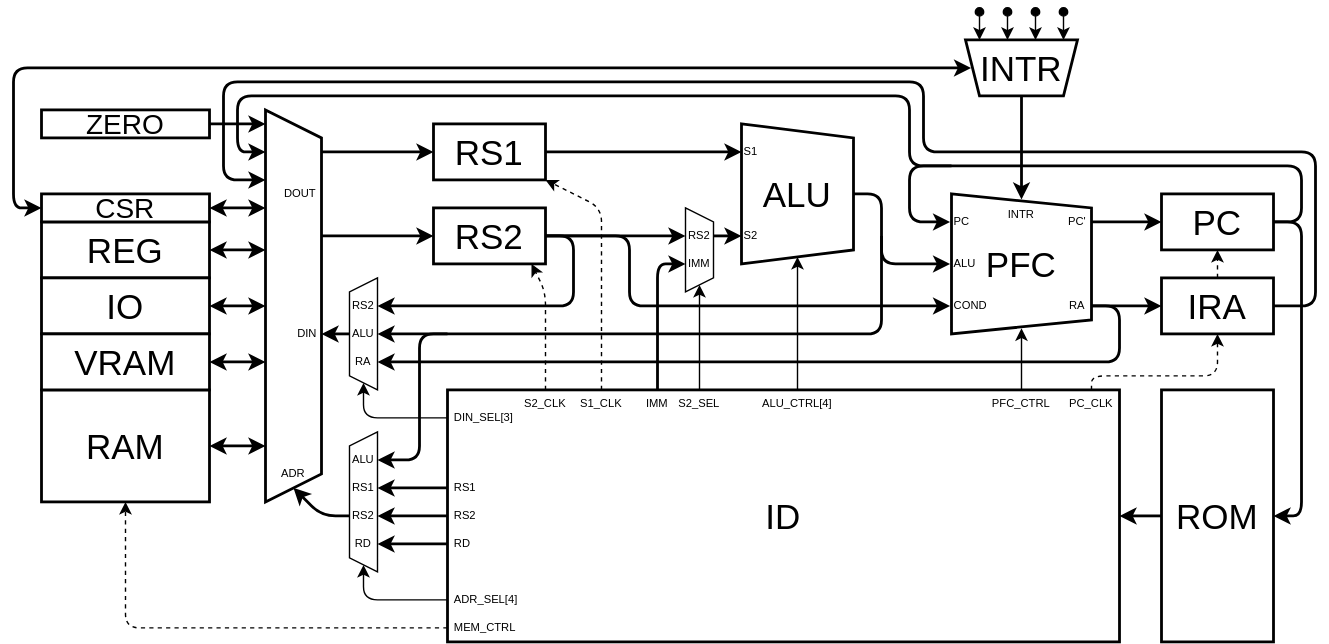
This is Lab/Computer/RK16/01_Architecture/img/arch.dio.svg from amane-uehara/kanade-k-1228.github.io, a draw.io export, as it was before one commit. Source tidied: cells renumbered, new cells last; positions are measured from the earlier drawing's top-left corner, leaving out a move shared by most shapes.
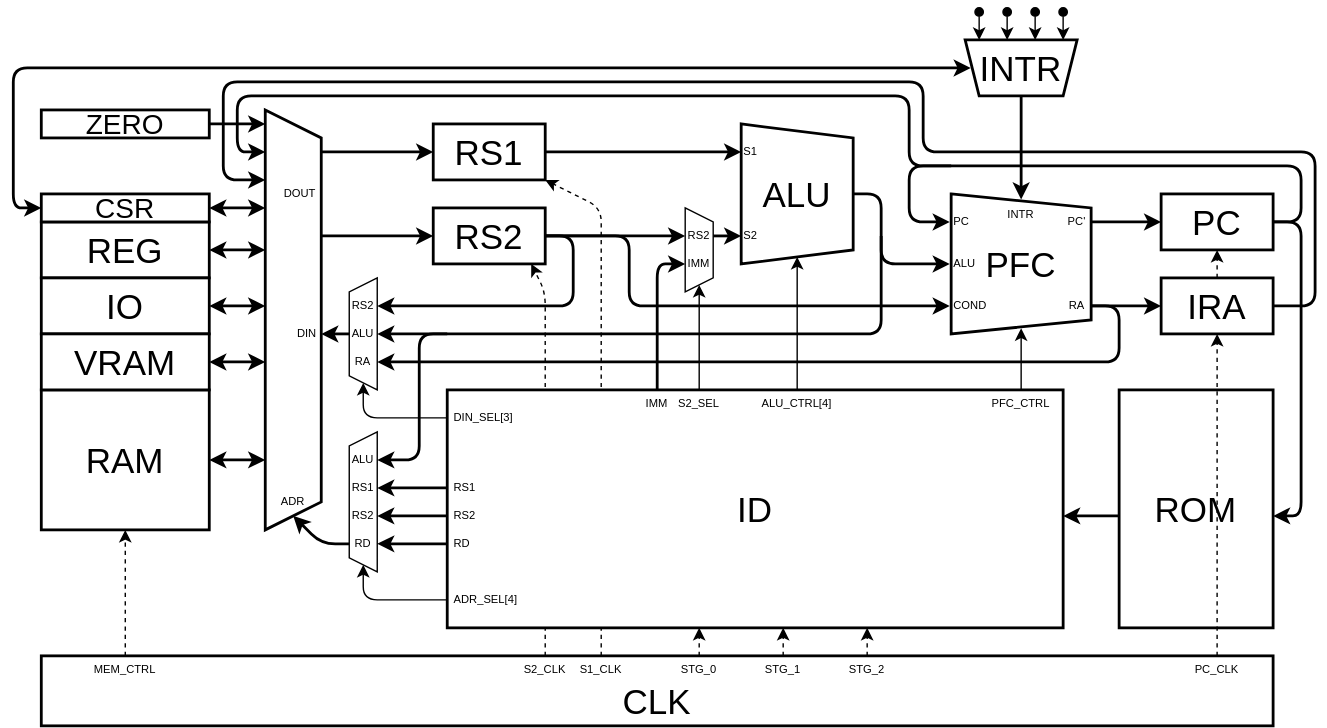
After the change.

The edit, as a diff of the source:
```diff
@@ -2,6 +2,27 @@
   <root>
     <mxCell id="0" />
     <mxCell id="1" parent="0" />
+    <mxCell id="37" style="endArrow=classic;html=1;fontSize=25;startArrow=none;startFill=0;dashed=1;" parent="1" edge="1">
+      <mxGeometry relative="1" as="geometry">
+        <mxPoint x="380" y="460" as="sourcePoint" />
+        <mxPoint x="370" y="180" as="targetPoint" />
+        <Array as="points">
+          <mxPoint x="380" y="200" />
+        </Array>
+      </mxGeometry>
+    </mxCell>
+    <mxCell id="39" style="endArrow=classic;html=1;fontSize=25;startArrow=none;startFill=0;dashed=1;" parent="1" edge="1">
+      <mxGeometry relative="1" as="geometry">
+        <mxPoint x="420" y="460" as="sourcePoint" />
+        <mxPoint x="380" y="120" as="targetPoint" />
+        <Array as="points">
+          <mxPoint x="420" y="140" />
+        </Array>
+      </mxGeometry>
+    </mxCell>
+    <mxCell id="100" value="CLK" style="rounded=0;whiteSpace=wrap;html=1;fontSize=25;strokeWidth=2;verticalAlign=bottom;" parent="1" vertex="1">
+      <mxGeometry x="20" y="460" width="880" height="50" as="geometry" />
+    </mxCell>
     <mxCell id="2" value="PC" style="rounded=0;whiteSpace=wrap;html=1;fontSize=25;strokeWidth=2;" parent="1" vertex="1">
       <mxGeometry x="820" y="130" width="80" height="40" as="geometry" />
     </mxCell>
@@ -9,13 +30,13 @@
       <mxGeometry x="240" y="300" width="20" height="100" as="geometry" />
     </mxCell>
     <mxCell id="4" value="ROM" style="rounded=0;whiteSpace=wrap;html=1;fontSize=25;strokeWidth=2;" parent="1" vertex="1">
-      <mxGeometry x="820" y="270" width="80" height="180" as="geometry" />
+      <mxGeometry x="790" y="270" width="110" height="170" as="geometry" />
     </mxCell>
     <mxCell id="5" value="RAM" style="rounded=0;whiteSpace=wrap;html=1;fontSize=25;strokeWidth=2;" parent="1" vertex="1">
-      <mxGeometry x="20" y="270" width="120" height="80" as="geometry" />
+      <mxGeometry x="20" y="270" width="120" height="100" as="geometry" />
     </mxCell>
     <mxCell id="6" value="ID" style="rounded=0;whiteSpace=wrap;html=1;fontSize=25;strokeWidth=2;" parent="1" vertex="1">
-      <mxGeometry x="310" y="270" width="480" height="180" as="geometry" />
+      <mxGeometry x="310" y="270" width="440" height="170" as="geometry" />
     </mxCell>
     <mxCell id="7" value="REG" style="rounded=0;whiteSpace=wrap;html=1;fontSize=25;strokeWidth=2;" parent="1" vertex="1">
       <mxGeometry x="20" y="150" width="120" height="40" as="geometry" />
@@ -40,17 +61,17 @@
     </mxCell>
     <mxCell id="12" style="endArrow=classic;html=1;fontSize=25;strokeWidth=2;" parent="1" edge="1">
       <mxGeometry relative="1" as="geometry">
-        <mxPoint x="240" y="360" as="sourcePoint" />
-        <mxPoint x="200" y="340" as="targetPoint" />
+        <mxPoint x="240" y="380" as="sourcePoint" />
+        <mxPoint x="200" y="360" as="targetPoint" />
         <Array as="points">
-          <mxPoint x="220" y="360" />
+          <mxPoint x="220" y="380" />
         </Array>
       </mxGeometry>
     </mxCell>
     <mxCell id="13" style="endArrow=classic;html=1;fontSize=25;strokeWidth=2;" parent="1" edge="1">
       <mxGeometry relative="1" as="geometry">
-        <mxPoint x="820" y="360" as="sourcePoint" />
-        <mxPoint x="790" y="360" as="targetPoint" />
+        <mxPoint x="790" y="360" as="sourcePoint" />
+        <mxPoint x="750" y="360" as="targetPoint" />
       </mxGeometry>
     </mxCell>
     <mxCell id="14" style="endArrow=classic;html=1;fontSize=25;strokeWidth=2;" parent="1" edge="1">
@@ -178,7 +199,7 @@
       <mxGeometry x="20" y="190" width="120" height="40" as="geometry" />
     </mxCell>
     <mxCell id="34" style="shape=trapezoid;perimeter=trapezoidPerimeter;whiteSpace=wrap;html=1;fixedSize=1;fontSize=12;direction=south;strokeWidth=2;size=20.000000000000014;" parent="1" vertex="1">
-      <mxGeometry x="180" y="70" width="40" height="280" as="geometry" />
+      <mxGeometry x="180" y="70" width="40" height="300" as="geometry" />
     </mxCell>
     <mxCell id="35" value="RS2" style="text;html=1;strokeColor=none;fillColor=none;align=center;verticalAlign=middle;whiteSpace=wrap;rounded=0;rotation=0;fontSize=8;" parent="1" vertex="1">
       <mxGeometry x="480" y="150" width="20" height="20" as="geometry" />
@@ -186,35 +207,17 @@
     <mxCell id="36" value="IMM" style="text;html=1;strokeColor=none;fillColor=none;align=center;verticalAlign=middle;whiteSpace=wrap;rounded=0;rotation=0;fontSize=8;" parent="1" vertex="1">
       <mxGeometry x="480" y="170" width="20" height="20" as="geometry" />
     </mxCell>
-    <mxCell id="37" style="endArrow=classic;html=1;fontSize=25;startArrow=none;startFill=0;dashed=1;" parent="1" edge="1">
-      <mxGeometry relative="1" as="geometry">
-        <mxPoint x="380" y="270" as="sourcePoint" />
-        <mxPoint x="370" y="180" as="targetPoint" />
-        <Array as="points">
-          <mxPoint x="380" y="200" />
-        </Array>
-      </mxGeometry>
-    </mxCell>
     <mxCell id="38" style="endArrow=classic;html=1;fontSize=25;startArrow=none;startFill=0;" parent="1" edge="1">
       <mxGeometry relative="1" as="geometry">
         <mxPoint x="490" y="270" as="sourcePoint" />
         <mxPoint x="490" y="195" as="targetPoint" />
       </mxGeometry>
     </mxCell>
-    <mxCell id="39" style="endArrow=classic;html=1;fontSize=25;startArrow=none;startFill=0;dashed=1;" parent="1" edge="1">
-      <mxGeometry relative="1" as="geometry">
-        <mxPoint x="420" y="270" as="sourcePoint" />
-        <mxPoint x="380" y="120" as="targetPoint" />
-        <Array as="points">
-          <mxPoint x="420" y="140" />
-        </Array>
-      </mxGeometry>
-    </mxCell>
     <mxCell id="40" value="S2_CLK" style="text;html=1;strokeColor=none;fillColor=none;align=center;verticalAlign=middle;whiteSpace=wrap;rounded=0;rotation=0;fontSize=8;" parent="1" vertex="1">
-      <mxGeometry x="360" y="270" width="40" height="20" as="geometry" />
+      <mxGeometry x="360" y="460" width="40" height="20" as="geometry" />
     </mxCell>
     <mxCell id="41" value="S1_CLK" style="text;html=1;strokeColor=none;fillColor=none;align=center;verticalAlign=middle;whiteSpace=wrap;rounded=0;rotation=0;fontSize=8;" parent="1" vertex="1">
-      <mxGeometry x="400" y="270" width="40" height="20" as="geometry" />
+      <mxGeometry x="400" y="460" width="40" height="20" as="geometry" />
     </mxCell>
     <mxCell id="42" style="endArrow=classic;html=1;fontSize=25;startArrow=none;startFill=0;" parent="1" edge="1">
       <mxGeometry relative="1" as="geometry">
@@ -230,16 +233,12 @@
     </mxCell>
     <mxCell id="45" style="endArrow=classic;html=1;fontSize=25;startArrow=none;startFill=0;dashed=1;" parent="1" edge="1">
       <mxGeometry relative="1" as="geometry">
-        <mxPoint x="770" y="270" as="sourcePoint" />
+        <mxPoint x="860" y="460" as="sourcePoint" />
         <mxPoint x="860" y="230" as="targetPoint" />
-        <Array as="points">
-          <mxPoint x="770" y="260" />
-          <mxPoint x="860" y="260" />
-        </Array>
       </mxGeometry>
     </mxCell>
     <mxCell id="46" value="PC_CLK" style="text;html=1;strokeColor=none;fillColor=none;align=center;verticalAlign=middle;whiteSpace=wrap;rounded=0;rotation=0;fontSize=8;" parent="1" vertex="1">
-      <mxGeometry x="750" y="270" width="40" height="20" as="geometry" />
+      <mxGeometry x="840" y="460" width="40" height="20" as="geometry" />
     </mxCell>
     <mxCell id="47" value="ALU" style="text;html=1;strokeColor=none;fillColor=none;align=center;verticalAlign=middle;whiteSpace=wrap;rounded=0;rotation=0;fontSize=8;" parent="1" vertex="1">
       <mxGeometry x="240" y="310" width="20" height="20" as="geometry" />
@@ -270,15 +269,12 @@
     </mxCell>
     <mxCell id="53" style="endArrow=classic;html=1;fontSize=25;startArrow=none;startFill=0;dashed=1;" parent="1" edge="1">
       <mxGeometry relative="1" as="geometry">
-        <mxPoint x="310" y="440" as="sourcePoint" />
-        <mxPoint x="80" y="350" as="targetPoint" />
-        <Array as="points">
-          <mxPoint x="80" y="440" />
-        </Array>
+        <mxPoint x="80" y="460" as="sourcePoint" />
+        <mxPoint x="80" y="370" as="targetPoint" />
       </mxGeometry>
     </mxCell>
-    <mxCell id="54" value="MEM_CTRL" style="text;html=1;strokeColor=none;fillColor=none;align=left;verticalAlign=middle;whiteSpace=wrap;rounded=0;rotation=0;fontSize=8;" parent="1" vertex="1">
-      <mxGeometry x="313" y="430" width="47" height="20" as="geometry" />
+    <mxCell id="54" value="MEM_CTRL" style="text;html=1;strokeColor=none;fillColor=none;align=center;verticalAlign=middle;whiteSpace=wrap;rounded=0;rotation=0;fontSize=8;" parent="1" vertex="1">
+      <mxGeometry x="60" y="460" width="40" height="20" as="geometry" />
     </mxCell>
     <mxCell id="55" style="shape=trapezoid;perimeter=trapezoidPerimeter;whiteSpace=wrap;html=1;fixedSize=1;fontSize=25;direction=north;size=9.999999999999943;" parent="1" vertex="1">
       <mxGeometry x="240" y="190" width="20" height="80" as="geometry" />
@@ -452,8 +448,8 @@
     </mxCell>
     <mxCell id="89" style="endArrow=classic;startArrow=classic;html=1;fontSize=25;strokeWidth=2;" parent="1" edge="1">
       <mxGeometry relative="1" as="geometry">
-        <mxPoint x="140" y="310" as="sourcePoint" />
-        <mxPoint x="180" y="310" as="targetPoint" />
+        <mxPoint x="140" y="320" as="sourcePoint" />
+        <mxPoint x="180" y="320" as="targetPoint" />
       </mxGeometry>
     </mxCell>
     <mxCell id="90" style="endArrow=classic;html=1;strokeWidth=2;" parent="1" edge="1">
@@ -505,10 +501,37 @@
       <mxGeometry x="200" y="220" width="20" height="20" as="geometry" />
     </mxCell>
     <mxCell id="98" value="ADR" style="text;html=1;strokeColor=none;fillColor=none;align=center;verticalAlign=middle;whiteSpace=wrap;rounded=0;rotation=0;fontSize=8;" parent="1" vertex="1">
-      <mxGeometry x="190" y="320" width="20" height="20" as="geometry" />
+      <mxGeometry x="190" y="340" width="20" height="20" as="geometry" />
     </mxCell>
     <mxCell id="99" value="DOUT" style="text;html=1;strokeColor=none;fillColor=none;align=center;verticalAlign=middle;whiteSpace=wrap;rounded=0;rotation=0;fontSize=8;" parent="1" vertex="1">
       <mxGeometry x="190" y="120" width="30" height="20" as="geometry" />
     </mxCell>
+    <mxCell id="101" value="STG_0" style="text;html=1;strokeColor=none;fillColor=none;align=center;verticalAlign=middle;whiteSpace=wrap;rounded=0;rotation=0;fontSize=8;" parent="1" vertex="1">
+      <mxGeometry x="470" y="460" width="40" height="20" as="geometry" />
+    </mxCell>
+    <mxCell id="102" value="STG_1" style="text;html=1;strokeColor=none;fillColor=none;align=center;verticalAlign=middle;whiteSpace=wrap;rounded=0;rotation=0;fontSize=8;" parent="1" vertex="1">
+      <mxGeometry x="530" y="460" width="40" height="20" as="geometry" />
+    </mxCell>
+    <mxCell id="103" value="STG_2" style="text;html=1;strokeColor=none;fillColor=none;align=center;verticalAlign=middle;whiteSpace=wrap;rounded=0;rotation=0;fontSize=8;" parent="1" vertex="1">
+      <mxGeometry x="590" y="460" width="40" height="20" as="geometry" />
+    </mxCell>
+    <mxCell id="104" style="endArrow=classic;html=1;fontSize=25;startArrow=none;startFill=0;dashed=1;" parent="1" edge="1">
+      <mxGeometry relative="1" as="geometry">
+        <mxPoint x="490" y="460" as="sourcePoint" />
+        <mxPoint x="490" y="440" as="targetPoint" />
+      </mxGeometry>
+    </mxCell>
+    <mxCell id="105" style="endArrow=classic;html=1;fontSize=25;startArrow=none;startFill=0;dashed=1;" parent="1" edge="1">
+      <mxGeometry relative="1" as="geometry">
+        <mxPoint x="550" y="460" as="sourcePoint" />
+        <mxPoint x="550" y="440" as="targetPoint" />
+      </mxGeometry>
+    </mxCell>
+    <mxCell id="106" style="endArrow=classic;html=1;fontSize=25;startArrow=none;startFill=0;dashed=1;" parent="1" edge="1">
+      <mxGeometry relative="1" as="geometry">
+        <mxPoint x="610" y="460" as="sourcePoint" />
+        <mxPoint x="610" y="440" as="targetPoint" />
+      </mxGeometry>
+    </mxCell>
   </root>
 </mxGraphModel>
```
